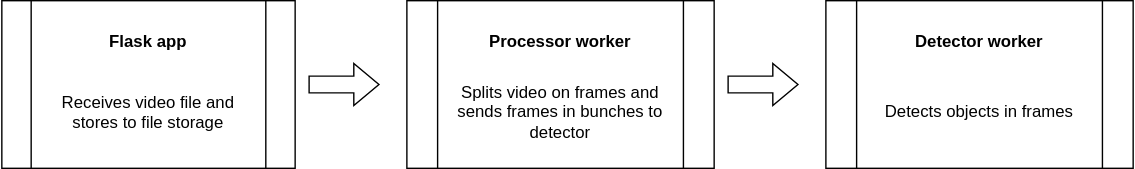
dmkulazhenko/web-detector keeps this draw.io diagram as processing.svg. Above is the earlier version. Source tidied: cells renumbered, new cells last; positions are measured from the earlier drawing's top-left corner, leaving out a move shared by most shapes. Its diagram source:
```xml
<mxGraphModel>
  <root>
    <mxCell id="0" />
    <mxCell id="1" parent="0" />
    <mxCell id="2" style="shape=process;whiteSpace=wrap;html=1;backgroundOutline=1;" parent="1" vertex="1">
      <mxGeometry width="210" height="120" as="geometry" />
    </mxCell>
    <mxCell id="3" value="&lt;b&gt;Flask app&lt;/b&gt;" style="text;html=1;strokeColor=none;fillColor=none;align=center;verticalAlign=middle;whiteSpace=wrap;rounded=0;" parent="1" vertex="1">
      <mxGeometry x="70" y="20" width="70" height="20" as="geometry" />
    </mxCell>
    <mxCell id="4" value="Receives video file and stores to file storage" style="text;html=1;strokeColor=none;fillColor=none;align=center;verticalAlign=middle;whiteSpace=wrap;rounded=0;" parent="1" vertex="1">
      <mxGeometry x="30" y="70" width="150" height="20" as="geometry" />
    </mxCell>
    <mxCell id="5" style="shape=process;whiteSpace=wrap;html=1;backgroundOutline=1;" parent="1" vertex="1">
      <mxGeometry x="290" width="220" height="120" as="geometry" />
    </mxCell>
    <mxCell id="6" value="&lt;b&gt;Processor worker&lt;/b&gt;" style="text;html=1;strokeColor=none;fillColor=none;align=center;verticalAlign=middle;whiteSpace=wrap;rounded=0;" parent="1" vertex="1">
      <mxGeometry x="335" y="20" width="130" height="20" as="geometry" />
    </mxCell>
    <mxCell id="7" value="Splits video on frames and sends frames in bunches to detector" style="text;html=1;strokeColor=none;fillColor=none;align=center;verticalAlign=middle;whiteSpace=wrap;rounded=0;" parent="1" vertex="1">
      <mxGeometry x="325" y="70" width="150" height="20" as="geometry" />
    </mxCell>
    <mxCell id="8" style="shape=process;whiteSpace=wrap;html=1;backgroundOutline=1;" parent="1" vertex="1">
      <mxGeometry x="590" width="220" height="120" as="geometry" />
    </mxCell>
    <mxCell id="9" value="&lt;b&gt;Detector worker&lt;/b&gt;" style="text;html=1;strokeColor=none;fillColor=none;align=center;verticalAlign=middle;whiteSpace=wrap;rounded=0;" parent="1" vertex="1">
      <mxGeometry x="635" y="20" width="130" height="20" as="geometry" />
    </mxCell>
    <mxCell id="10" value="Detects objects in frames" style="text;html=1;strokeColor=none;fillColor=none;align=center;verticalAlign=middle;whiteSpace=wrap;rounded=0;" parent="1" vertex="1">
      <mxGeometry x="625" y="70" width="150" height="20" as="geometry" />
    </mxCell>
    <mxCell id="11" style="shape=singleArrow;whiteSpace=wrap;html=1;arrowWidth=0.4;arrowSize=0.36;" parent="1" vertex="1">
      <mxGeometry x="220" y="45" width="50" height="30" as="geometry" />
    </mxCell>
    <mxCell id="12" style="shape=singleArrow;whiteSpace=wrap;html=1;arrowWidth=0.4;arrowSize=0.36;" parent="1" vertex="1">
      <mxGeometry x="520" y="45" width="50" height="30" as="geometry" />
    </mxCell>
  </root>
</mxGraphModel>
```
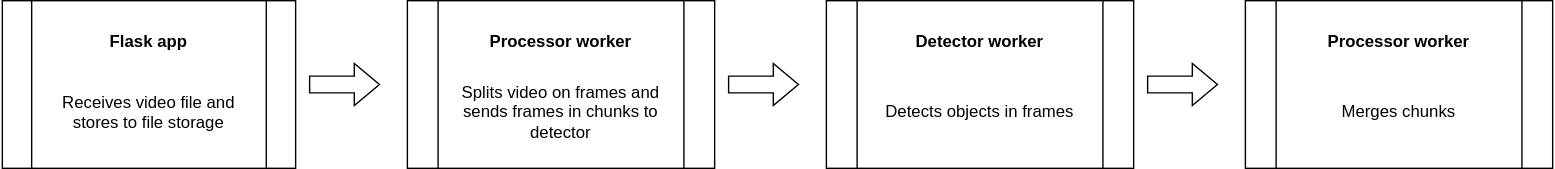
After the commit.

The edit, as a diff of the source:
```diff
@@ -17,7 +17,7 @@
     <mxCell id="6" value="&lt;b&gt;Processor worker&lt;/b&gt;" style="text;html=1;strokeColor=none;fillColor=none;align=center;verticalAlign=middle;whiteSpace=wrap;rounded=0;" parent="1" vertex="1">
       <mxGeometry x="335" y="20" width="130" height="20" as="geometry" />
     </mxCell>
-    <mxCell id="7" value="Splits video on frames and sends frames in bunches to detector" style="text;html=1;strokeColor=none;fillColor=none;align=center;verticalAlign=middle;whiteSpace=wrap;rounded=0;" parent="1" vertex="1">
+    <mxCell id="7" value="Splits video on frames and sends frames in chunks to detector" style="text;html=1;strokeColor=none;fillColor=none;align=center;verticalAlign=middle;whiteSpace=wrap;rounded=0;" parent="1" vertex="1">
       <mxGeometry x="325" y="70" width="150" height="20" as="geometry" />
     </mxCell>
     <mxCell id="8" style="shape=process;whiteSpace=wrap;html=1;backgroundOutline=1;" parent="1" vertex="1">
@@ -35,5 +35,17 @@
     <mxCell id="12" style="shape=singleArrow;whiteSpace=wrap;html=1;arrowWidth=0.4;arrowSize=0.36;" parent="1" vertex="1">
       <mxGeometry x="520" y="45" width="50" height="30" as="geometry" />
     </mxCell>
+    <mxCell id="13" style="shape=process;whiteSpace=wrap;html=1;backgroundOutline=1;" parent="1" vertex="1">
+      <mxGeometry x="890" width="220" height="120" as="geometry" />
+    </mxCell>
+    <mxCell id="14" value="&lt;b&gt;Processor worker&lt;/b&gt;" style="text;html=1;strokeColor=none;fillColor=none;align=center;verticalAlign=middle;whiteSpace=wrap;rounded=0;" parent="1" vertex="1">
+      <mxGeometry x="935" y="20" width="130" height="20" as="geometry" />
+    </mxCell>
+    <mxCell id="15" value="Merges chunks" style="text;html=1;strokeColor=none;fillColor=none;align=center;verticalAlign=middle;whiteSpace=wrap;rounded=0;" parent="1" vertex="1">
+      <mxGeometry x="925" y="70" width="150" height="20" as="geometry" />
+    </mxCell>
+    <mxCell id="16" style="shape=singleArrow;whiteSpace=wrap;html=1;arrowWidth=0.4;arrowSize=0.36;" parent="1" vertex="1">
+      <mxGeometry x="820" y="45" width="50" height="30" as="geometry" />
+    </mxCell>
   </root>
 </mxGraphModel>
```
